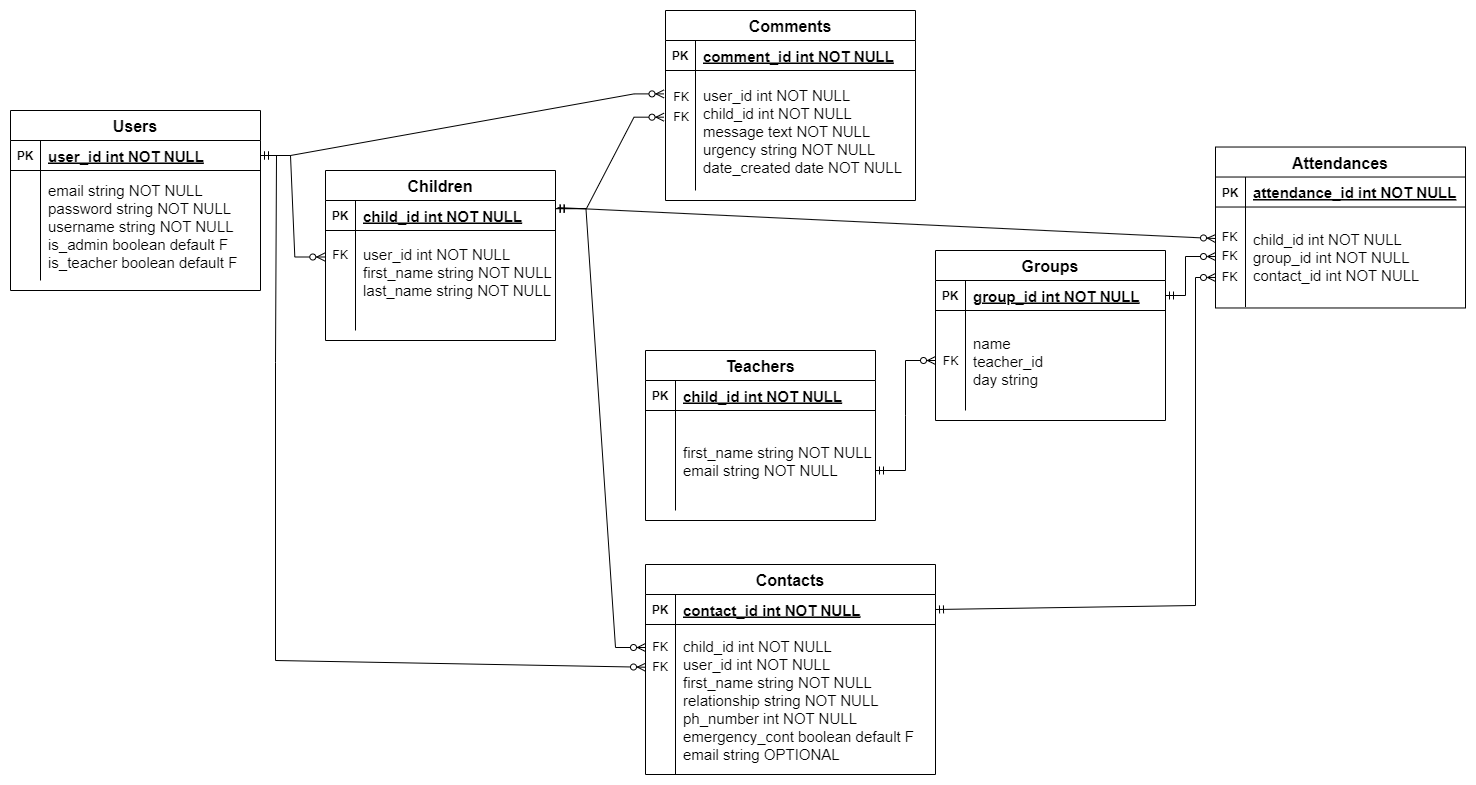
Before: docs/API-ERD-V1.0.png, a diagram exported from draw.io (tthecoder15/T2A2-API-Webserver). Source tidied: cells renumbered, new cells last; positions are measured from the earlier drawing's top-left corner, leaving out a move shared by most shapes.
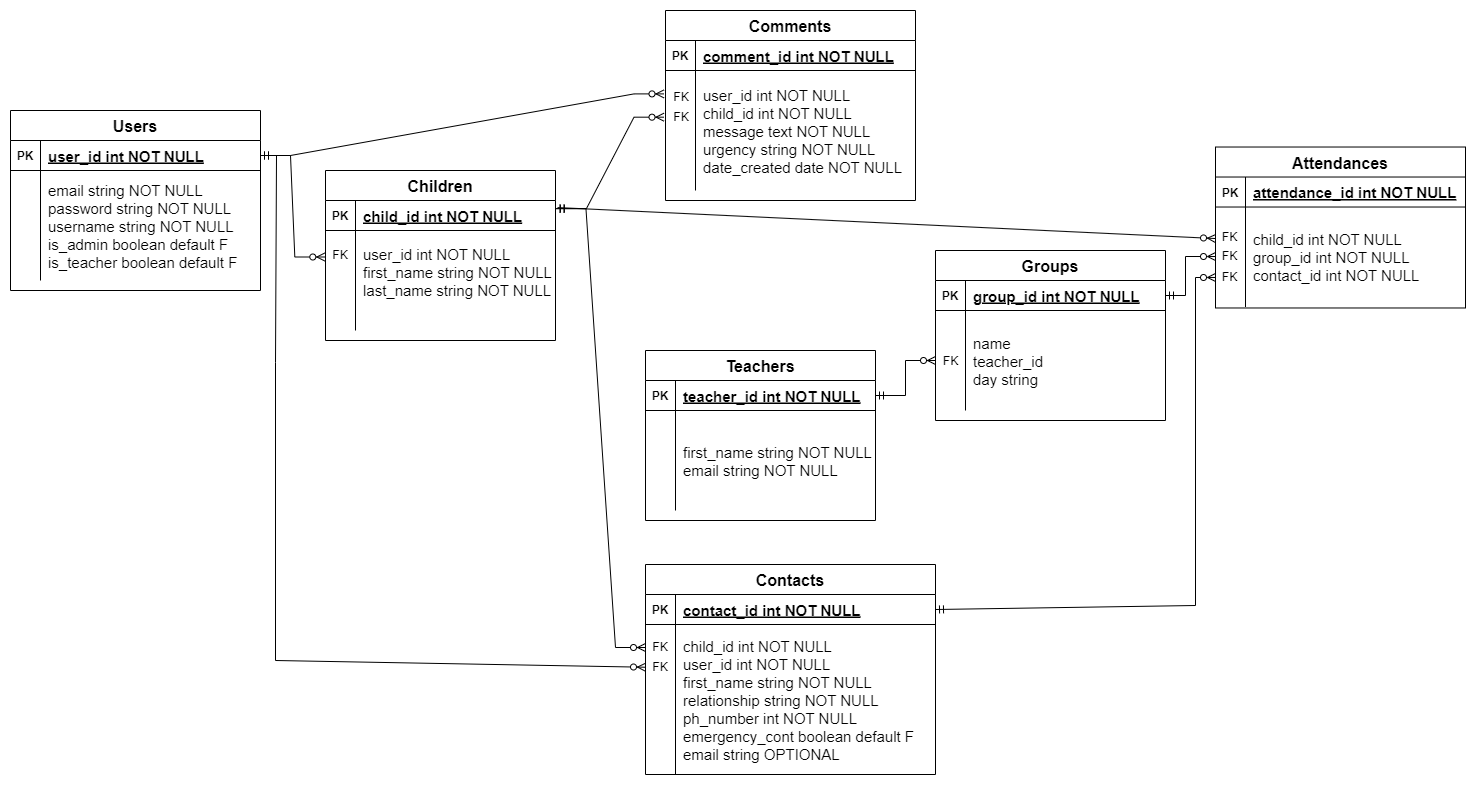
After the change.

Commit message:
fixed error in teacher table in erd

What changed in the source:
```diff
@@ -182,7 +182,7 @@
     <mxCell id="56" value="PK" style="shape=partialRectangle;overflow=hidden;fillColor=none;top=0;left=0;bottom=0;right=0;fontStyle=1;" parent="55" vertex="1">
       <mxGeometry width="30" height="30" as="geometry" />
     </mxCell>
-    <mxCell id="57" value="child_id int NOT NULL " style="shape=partialRectangle;overflow=hidden;fillColor=none;top=0;left=0;bottom=0;right=0;align=left;spacingLeft=6;fontStyle=5;fontSize=15;" parent="55" vertex="1">
+    <mxCell id="57" value="teacher_id int NOT NULL " style="shape=partialRectangle;overflow=hidden;fillColor=none;top=0;left=0;bottom=0;right=0;align=left;spacingLeft=6;fontStyle=5;fontSize=15;" parent="55" vertex="1">
       <mxGeometry x="30" width="200" height="30" as="geometry" />
     </mxCell>
     <mxCell id="58" style="shape=partialRectangle;fillColor=none;points=[[0,0.5],[1,0.5]];portConstraint=eastwest;top=0;left=0;right=0;bottom=0;" parent="54" vertex="1">
@@ -215,7 +215,7 @@
     <mxCell id="67" value="name&#10;teacher_id&#10;day string" style="shape=partialRectangle;overflow=hidden;fillColor=none;top=0;left=0;bottom=0;right=0;align=left;spacingLeft=6;fontSize=15;" parent="65" vertex="1">
       <mxGeometry x="30" width="200" height="100" as="geometry" />
     </mxCell>
-    <mxCell id="68" style="edgeStyle=entityRelationEdgeStyle;fontSize=12;html=1;endArrow=ERzeroToMany;startArrow=ERmandOne;rounded=0;exitX=1;exitY=0.6;exitDx=0;exitDy=0;entryX=0;entryY=0.5;entryDx=0;entryDy=0;exitPerimeter=0;" parent="1" edge="1" source="58" target="65">
+    <mxCell id="68" style="edgeStyle=entityRelationEdgeStyle;fontSize=12;html=1;endArrow=ERzeroToMany;startArrow=ERmandOne;rounded=0;exitX=1;exitY=0.5;exitDx=0;exitDy=0;entryX=0;entryY=0.5;entryDx=0;entryDy=0;" parent="1" edge="1" source="55" target="65">
       <mxGeometry relative="1" as="geometry">
         <Array as="points">
           <mxPoint x="425" y="971.5" />
```
